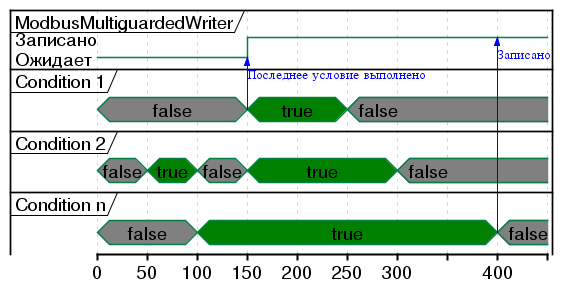
Above: Dissertation/images/modbus_multiguarded_writer.png in UlrichVonRekkenin/PhdLaTeX (PlantUML), before the change.
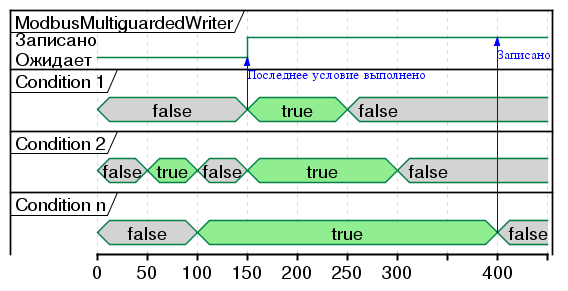
After the commit.

Change to the diagram source:
```diff
@@ -18,21 +18,21 @@
 condn@400 -> guard@400 : Записано
 
 @cond1
-0 is false #Gray
-150 is true #Green
-250 is false #Gray
+0 is false #LightGray
+150 is true #LightGreen
+250 is false #LightGray
 
 @cond2
-0 is false #Gray
-50 is true #Green
-100 is false #Gray
-150 is true #Green
-300 is false #Gray
+0 is false #LightGray
+50 is true #LightGreen
+100 is false #LightGray
+150 is true #LightGreen
+300 is false #LightGray
 
 @condn
-0 is false #Gray
-100 is true #Green
-400 is false #Gray
+0 is false #LightGray
+100 is true #LightGreen
+400 is false #LightGray
 
 @guard
 0 is Ожидает
```
